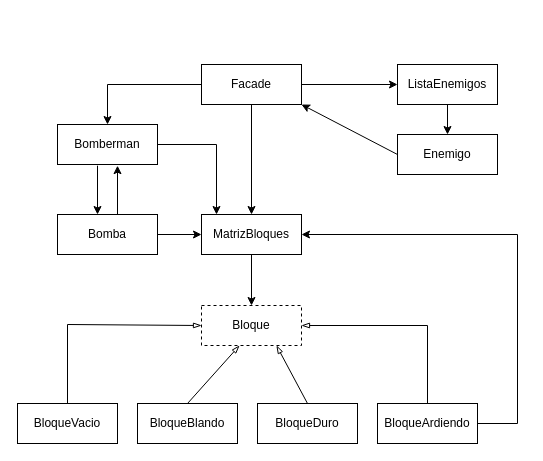
Before: Entrega Sprint 2/DC_Sprint2_Modelo.drawio in acotanor/Bomberman, a draw.io diagram. Source tidied: cells renumbered, new cells numbered last; positions are measured from the earlier drawing's top-left corner, leaving out a move shared by most shapes. Both pictures are drawn from the tidied source at 100%, with x=0, y=0 at pixel (17, 64).
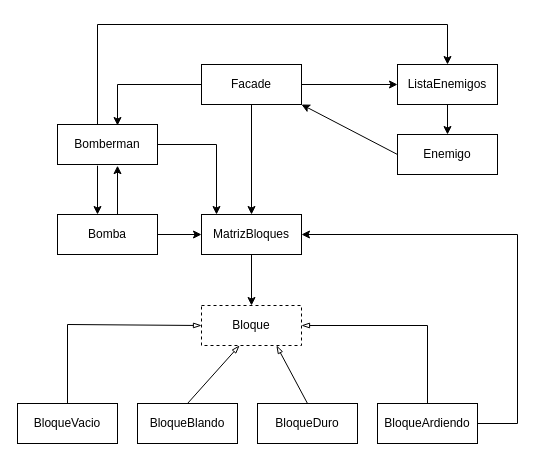
The same page after the edit.

Unchanged cells that the change refers to:
```xml
<mxCell id="2" value="Bomberman" style="rounded=0;whiteSpace=wrap;html=1;" parent="1" vertex="1">
  <mxGeometry x="40" y="60" width="100" height="40" as="geometry" />
</mxCell>
<mxCell id="20" value="Facade" style="rounded=0;whiteSpace=wrap;html=1;" parent="1" vertex="1">
  <mxGeometry x="184" width="100" height="40" as="geometry" />
</mxCell>
<mxCell id="21" value="ListaEnemigos" style="rounded=0;whiteSpace=wrap;html=1;" parent="1" vertex="1">
  <mxGeometry x="380" width="100" height="40" as="geometry" />
</mxCell>
```

What changed in the source:
```diff
@@
-    <mxCell id="27" style="endArrow=classic;html=1;rounded=0;exitX=0;exitY=0.5;exitDx=0;exitDy=0;entryX=0.5;entryY=0;entryDx=0;entryDy=0;" parent="1" edge="1" source="20" target="2">
+    <mxCell id="27" style="endArrow=classic;html=1;rounded=0;exitX=0;exitY=0.5;exitDx=0;exitDy=0;entryX=0.6;entryY=0.025;entryDx=0;entryDy=0;entryPerimeter=0;" parent="1" edge="1" source="20" target="2">
       <mxGeometry relative="1" as="geometry">
         <Array as="points">
-          <mxPoint x="90" y="20" />
+          <mxPoint x="100" y="20" />
         </Array>
       </mxGeometry>
     </mxCell>
+    <mxCell id="28" style="endArrow=classic;html=1;rounded=0;exitX=0.4;exitY=0;exitDx=0;exitDy=0;entryX=0.5;entryY=0;entryDx=0;entryDy=0;exitPerimeter=0;" parent="1" edge="1" source="2" target="21">
+      <mxGeometry relative="1" as="geometry">
+        <Array as="points">
+          <mxPoint x="80" y="-40" />
+          <mxPoint x="430" y="-40" />
+        </Array>
+      </mxGeometry>
+    </mxCell>
```
